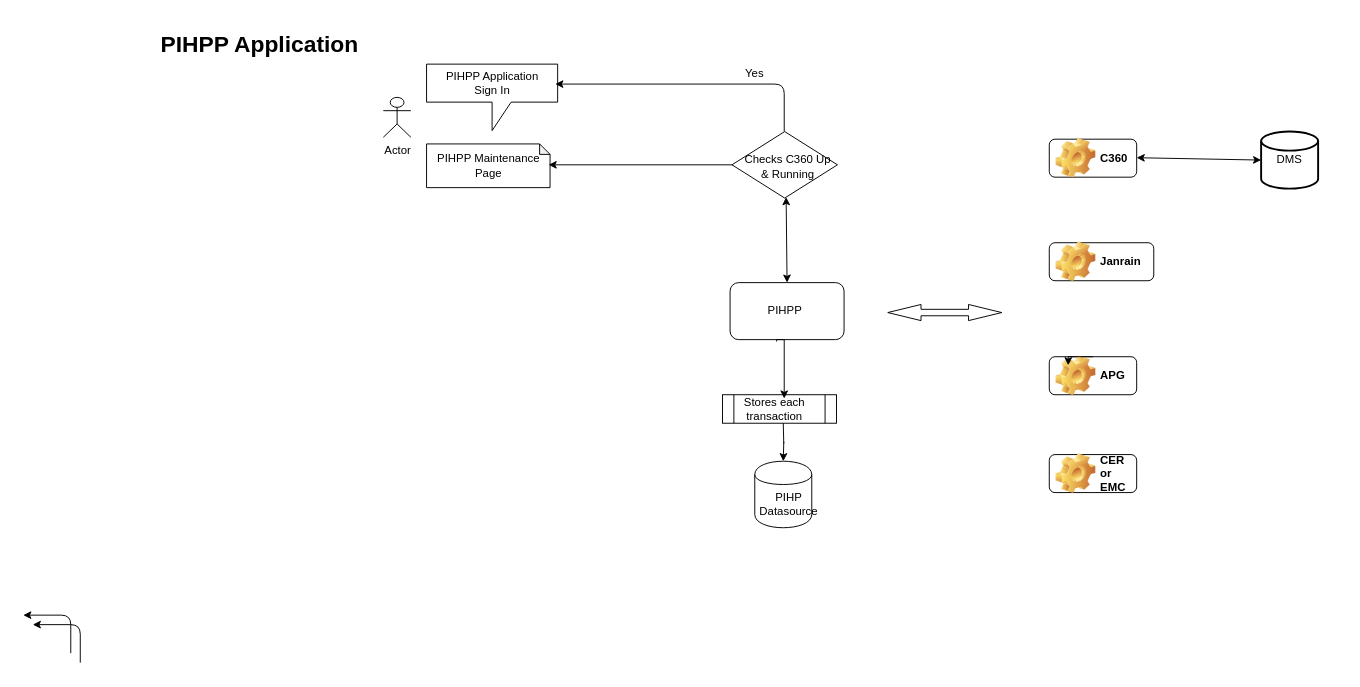
prakashtjp/tutorials keeps this draw.io diagram as Untitled Diagram.drawio. Above is the earlier version. Source tidied: cells renumbered, new cells numbered last; positions are measured from the earlier drawing's top-left corner, leaving out a move shared by most shapes. Both pictures are drawn from the tidied source at 95%, with x=0, y=0 at pixel (23, 26).
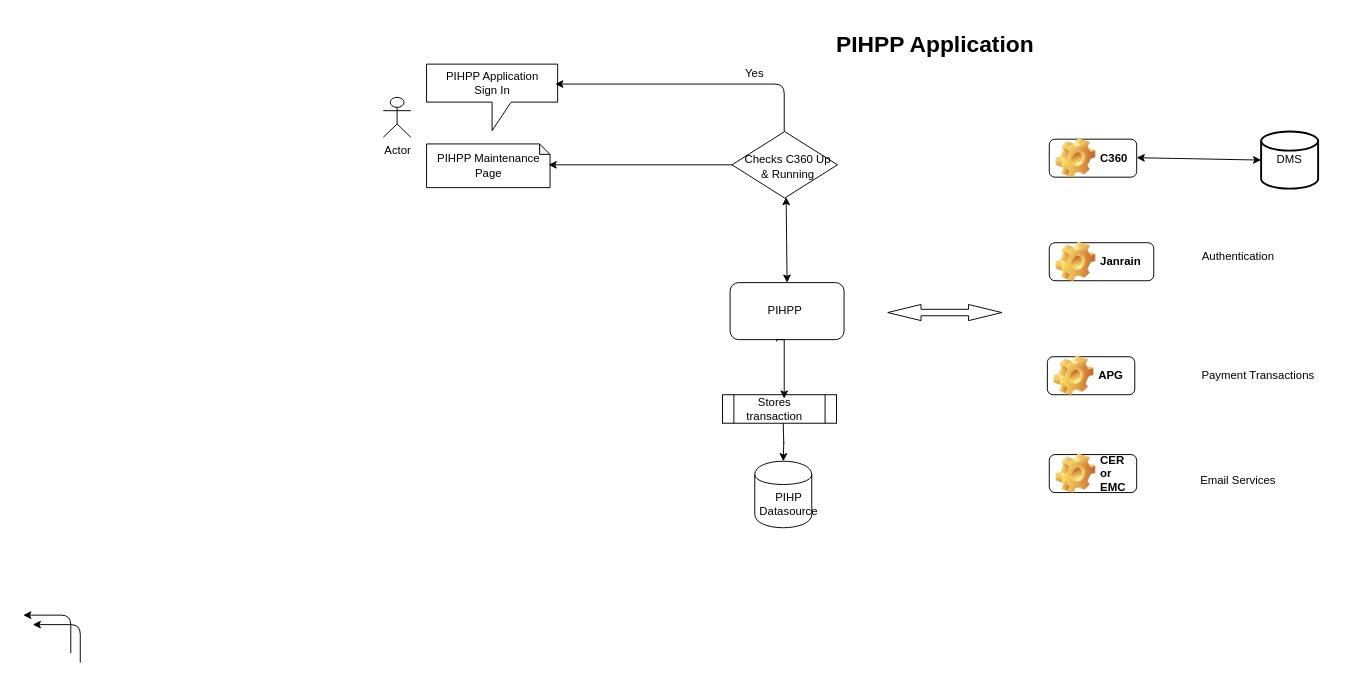
The same page after the edit.

Unchanged cells that the change refers to:
```xml
<mxCell id="6" style="group;" parent="4" vertex="1">
  <mxGeometry x="10" width="120" height="258" as="geometry" />
</mxCell>
<mxCell id="37" style="group;" parent="36" vertex="1">
  <mxGeometry width="283" height="60" as="geometry" />
</mxCell>
<mxCell id="39" style="group;" parent="38" vertex="1">
  <mxGeometry width="92" height="40" as="geometry" />
</mxCell>
<mxCell id="40" value="APG" style="label;whiteSpace=wrap;html=1;image=img/clipart/Gear_128x128.png;" parent="39" vertex="1">
  <mxGeometry x="-10" y="7" width="92" height="40" as="geometry" />
</mxCell>
```

What changed in the source:
```diff
@@
     <mxCell id="2" value="&lt;h1&gt;PIHPP Application&lt;/h1&gt;" style="text;html=1;strokeColor=none;fillColor=none;spacing=5;spacingTop=-20;whiteSpace=wrap;overflow=hidden;rounded=0;" parent="1" vertex="1">
-      <mxGeometry x="140" width="220" height="40" as="geometry" />
+      <mxGeometry x="851" width="220" height="40" as="geometry" />
     </mxCell>
@@
-    <mxCell id="13" value="Stores each transaction" style="text;html=1;strokeColor=none;fillColor=none;align=center;verticalAlign=middle;whiteSpace=wrap;rounded=0;" parent="6" vertex="1">
+    <mxCell id="13" value="Stores transaction" style="text;html=1;strokeColor=none;fillColor=none;align=center;verticalAlign=middle;whiteSpace=wrap;rounded=0;" parent="6" vertex="1">
       <mxGeometry y="123" width="90" height="20" as="geometry" />
     </mxCell>
@@
     <mxCell id="34" style="group;" parent="1" vertex="1">
-      <mxGeometry x="1090" y="333" width="283" height="60" as="geometry" />
+      <mxGeometry x="1088" y="333" width="283" height="60" as="geometry" />
     </mxCell>
@@
-    <mxCell id="41" style="edgeStyle=orthogonalEdgeStyle;rounded=0;orthogonalLoop=1;jettySize=auto;html=1;exitX=0.5;exitY=0;exitDx=0;exitDy=0;entryX=0.217;entryY=0.225;entryDx=0;entryDy=0;entryPerimeter=0;" parent="39" edge="1" source="40" target="40">
-      <mxGeometry relative="1" as="geometry" />
-    </mxCell>
+    <mxCell id="50" value="Payment Transactions" style="text;html=1;strokeColor=none;fillColor=none;align=center;verticalAlign=middle;whiteSpace=wrap;rounded=0;" parent="37" vertex="1">
+      <mxGeometry x="142" y="20" width="140" height="30" as="geometry" />
+    </mxCell>
     <mxCell id="42" style="group;" parent="1" vertex="1">
-      <mxGeometry x="1080" y="220" width="283" height="60" as="geometry" />
+      <mxGeometry x="1080" y="220" width="310" height="60" as="geometry" />
     </mxCell>
@@
+    <mxCell id="51" value="&lt;div style=&quot;text-align: left&quot;&gt;&lt;span&gt;Authentication&lt;/span&gt;&lt;/div&gt;" style="text;html=1;strokeColor=none;fillColor=none;align=center;verticalAlign=middle;whiteSpace=wrap;rounded=0;" parent="42" vertex="1">
+      <mxGeometry x="129" y="8" width="140" height="30" as="geometry" />
+    </mxCell>
@@
+    <mxCell id="52" value="Email Services" style="text;html=1;strokeColor=none;fillColor=none;align=center;verticalAlign=middle;whiteSpace=wrap;rounded=0;" parent="1" vertex="1">
+      <mxGeometry x="1209" y="463" width="140" height="30" as="geometry" />
+    </mxCell>
```
